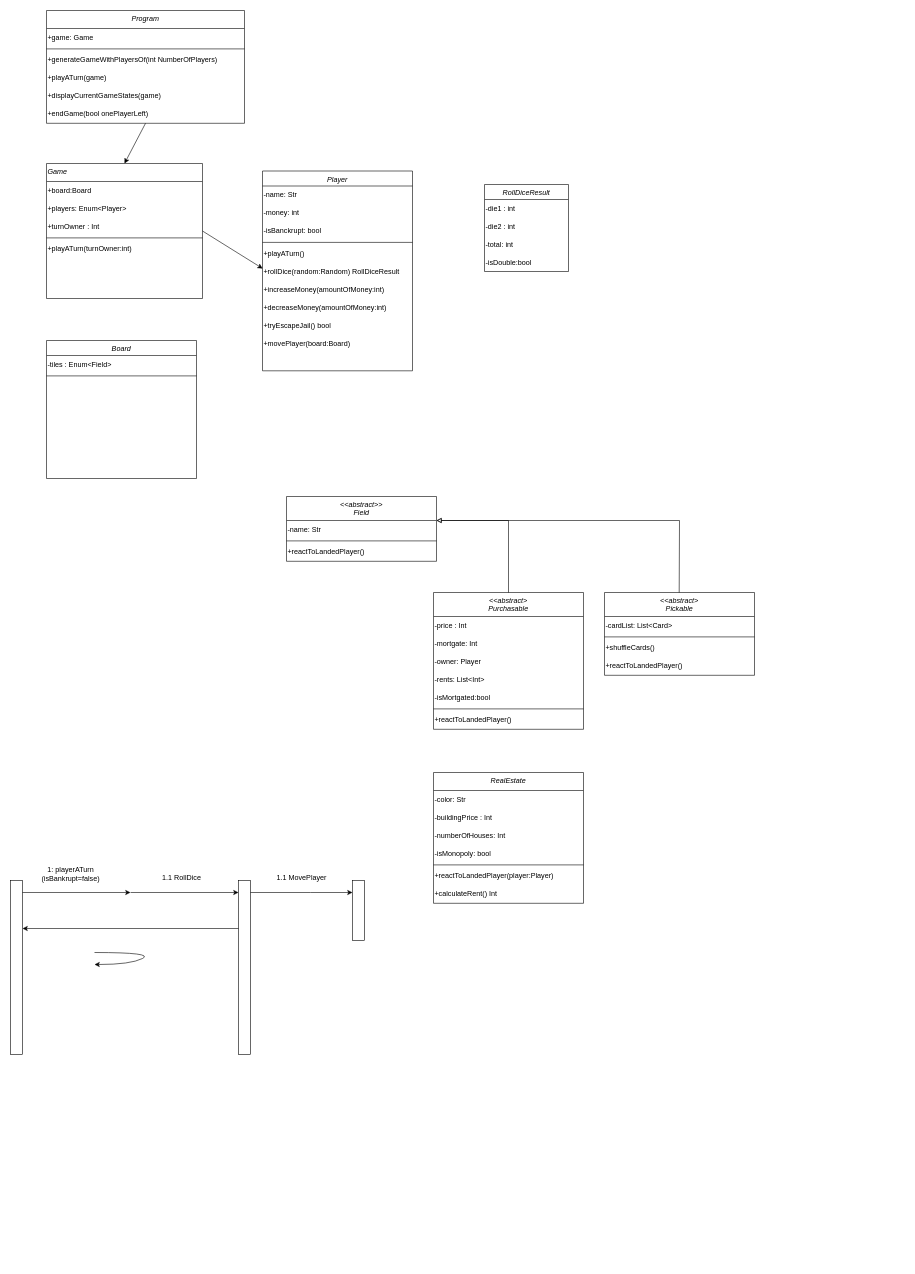
crimson206/MonopolyWithCSharp keeps this draw.io diagram as Untitled Diagram.drawio. Above is the earlier version. Source tidied: cells renumbered, new cells numbered last; positions are measured from the earlier drawing's top-left corner, leaving out a move shared by most shapes. Both pictures are drawn from the tidied source at 60%, with x=0, y=0 at pixel (10, 10).
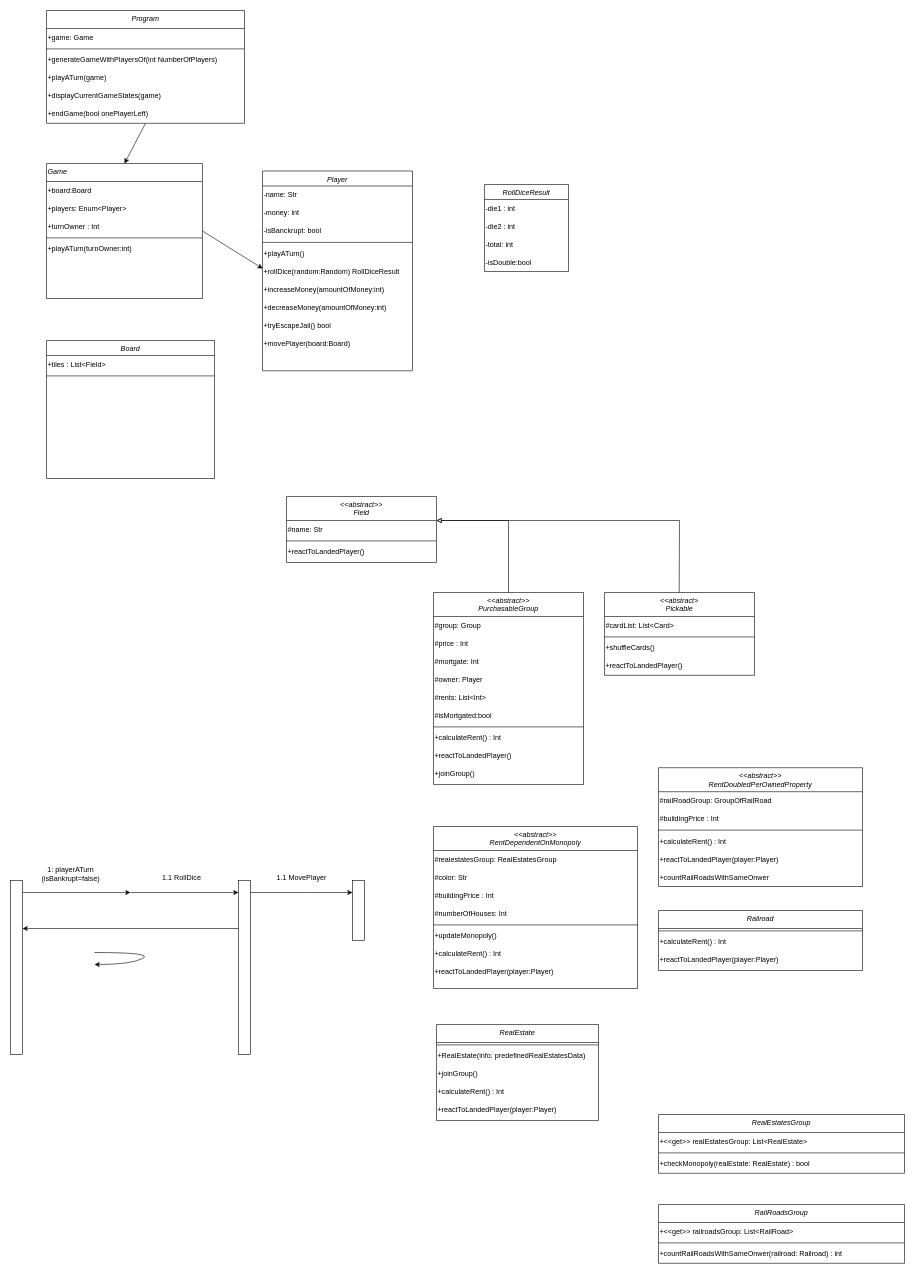
The same page after the edit.

Commit message:
upgrading properties

Unchanged cells that the change refers to:
```xml
<mxCell id="60" value="&lt;&lt;abstract&gt;&#10;Pickable" style="swimlane;fontStyle=2;align=center;verticalAlign=top;horizontal=1;startSize=40;rounded=0;shadow=0;strokeWidth=1;" parent="1" vertex="1">
  <mxGeometry x="990" y="970" width="250" height="138" as="geometry" />
</mxCell>
```

The edit, as a diff of the source:
```diff
@@
     <mxCell id="33" value="Board" style="swimlane;fontStyle=2;align=center;verticalAlign=top;horizontal=1;startSize=25;rounded=0;shadow=0;strokeWidth=1;" parent="1" vertex="1">
-      <mxGeometry x="60" y="550" width="250" height="230" as="geometry" />
+      <mxGeometry x="60" y="550" width="280" height="230" as="geometry" />
     </mxCell>
-    <mxCell id="34" value="-tiles : Enum&amp;lt;Field&amp;gt;" style="text;html=1;align=left;verticalAlign=middle;strokeColor=none;fillColor=none;" parent="33" vertex="1">
-      <mxGeometry y="25" width="250" height="30" as="geometry" />
+    <mxCell id="34" value="+tiles : List&amp;lt;Field&amp;gt;" style="text;html=1;align=left;verticalAlign=middle;strokeColor=none;fillColor=none;" parent="33" vertex="1">
+      <mxGeometry y="25" width="280" height="30" as="geometry" />
     </mxCell>
     <mxCell id="35" style="line;html=1;strokeWidth=1;align=left;verticalAlign=middle;spacingTop=-1;spacingLeft=3;spacingRight=3;labelPosition=right;" parent="33" vertex="1">
-      <mxGeometry y="55" width="250" height="8" as="geometry" />
+      <mxGeometry y="55" width="280" height="8" as="geometry" />
     </mxCell>
@@
     <mxCell id="47" value="&lt;&lt;abstract&gt;&gt;&#10;Field" style="swimlane;fontStyle=2;align=center;verticalAlign=top;horizontal=1;startSize=40;rounded=0;shadow=0;strokeWidth=1;" parent="1" vertex="1">
-      <mxGeometry x="460" y="810" width="250" height="108" as="geometry" />
+      <mxGeometry x="460" y="810" width="250" height="110" as="geometry" />
     </mxCell>
-    <mxCell id="48" value="-name: Str" style="text;html=1;align=left;verticalAlign=middle;strokeColor=none;fillColor=none;" parent="47" vertex="1">
+    <mxCell id="48" value="#name: Str" style="text;html=1;align=left;verticalAlign=middle;strokeColor=none;fillColor=none;" parent="47" vertex="1">
       <mxGeometry y="40" width="250" height="30" as="geometry" />
     </mxCell>
@@
-    <mxCell id="51" value="&lt;&lt;abstract&gt;&#10;Purchasable" style="swimlane;fontStyle=2;align=center;verticalAlign=top;horizontal=1;startSize=40;rounded=0;shadow=0;strokeWidth=1;" parent="1" vertex="1">
-      <mxGeometry x="705" y="970" width="250" height="228" as="geometry" />
+    <mxCell id="51" value="&lt;&lt;abstract&gt;&gt;&#10;PurchasableGroup" style="swimlane;fontStyle=2;align=center;verticalAlign=top;horizontal=1;startSize=40;rounded=0;shadow=0;strokeWidth=1;" parent="1" vertex="1">
+      <mxGeometry x="705" y="970" width="250" height="320" as="geometry" />
     </mxCell>
+    <mxCell id="74" value="#group: Group" style="text;html=1;align=left;verticalAlign=middle;strokeColor=none;fillColor=none;" parent="51" vertex="1">
+      <mxGeometry y="40" width="250" height="30" as="geometry" />
+    </mxCell>
-    <mxCell id="52" value="-price : Int" style="text;html=1;align=left;verticalAlign=middle;strokeColor=none;fillColor=none;" parent="51" vertex="1">
-      <mxGeometry y="40" width="250" height="30" as="geometry" />
+    <mxCell id="52" value="#price : Int" style="text;html=1;align=left;verticalAlign=middle;strokeColor=none;fillColor=none;" parent="51" vertex="1">
+      <mxGeometry y="70" width="250" height="30" as="geometry" />
     </mxCell>
-    <mxCell id="53" value="-mortgate: Int" style="text;html=1;align=left;verticalAlign=middle;strokeColor=none;fillColor=none;" parent="51" vertex="1">
-      <mxGeometry y="70" width="250" height="30" as="geometry" />
+    <mxCell id="53" value="#mortgate: Int" style="text;html=1;align=left;verticalAlign=middle;strokeColor=none;fillColor=none;" parent="51" vertex="1">
+      <mxGeometry y="100" width="250" height="30" as="geometry" />
     </mxCell>
-    <mxCell id="54" value="-owner: Player" style="text;html=1;align=left;verticalAlign=middle;strokeColor=none;fillColor=none;" parent="51" vertex="1">
-      <mxGeometry y="100" width="250" height="30" as="geometry" />
+    <mxCell id="54" value="#owner: Player" style="text;html=1;align=left;verticalAlign=middle;strokeColor=none;fillColor=none;" parent="51" vertex="1">
+      <mxGeometry y="130" width="250" height="30" as="geometry" />
     </mxCell>
-    <mxCell id="55" value="-rents: List&amp;lt;Int&amp;gt;" style="text;html=1;align=left;verticalAlign=middle;strokeColor=none;fillColor=none;" parent="51" vertex="1">
-      <mxGeometry y="130" width="250" height="30" as="geometry" />
+    <mxCell id="55" value="#rents: List&amp;lt;Int&amp;gt;" style="text;html=1;align=left;verticalAlign=middle;strokeColor=none;fillColor=none;" parent="51" vertex="1">
+      <mxGeometry y="160" width="250" height="30" as="geometry" />
     </mxCell>
-    <mxCell id="56" value="-isMortgated:bool" style="text;html=1;align=left;verticalAlign=middle;strokeColor=none;fillColor=none;" parent="51" vertex="1">
-      <mxGeometry y="160" width="250" height="30" as="geometry" />
+    <mxCell id="56" value="#isMortgated:bool" style="text;html=1;align=left;verticalAlign=middle;strokeColor=none;fillColor=none;" parent="51" vertex="1">
+      <mxGeometry y="190" width="250" height="30" as="geometry" />
     </mxCell>
     <mxCell id="57" style="line;html=1;strokeWidth=1;align=left;verticalAlign=middle;spacingTop=-1;spacingLeft=3;spacingRight=3;labelPosition=right;" parent="51" vertex="1">
-      <mxGeometry y="190" width="250" height="8" as="geometry" />
+      <mxGeometry y="220" width="250" height="8" as="geometry" />
     </mxCell>
+    <mxCell id="73" value="+calculateRent() : Int" style="text;html=1;align=left;verticalAlign=middle;strokeColor=none;fillColor=none;" parent="51" vertex="1">
+      <mxGeometry y="228" width="250" height="30" as="geometry" />
+    </mxCell>
     <mxCell id="58" value="+reactToLandedPlayer()" style="text;html=1;align=left;verticalAlign=middle;strokeColor=none;fillColor=none;" parent="51" vertex="1">
-      <mxGeometry y="198" width="250" height="30" as="geometry" />
+      <mxGeometry y="258" width="250" height="30" as="geometry" />
     </mxCell>
+    <mxCell id="75" value="+joinGroup()" style="text;html=1;align=left;verticalAlign=middle;strokeColor=none;fillColor=none;" parent="51" vertex="1">
+      <mxGeometry y="288" width="250" height="30" as="geometry" />
+    </mxCell>
@@
-    <mxCell id="61" value="-cardList: List&amp;lt;Card&amp;gt;" style="text;html=1;align=left;verticalAlign=middle;strokeColor=none;fillColor=none;" parent="60" vertex="1">
+    <mxCell id="61" value="#cardList: List&amp;lt;Card&amp;gt;" style="text;html=1;align=left;verticalAlign=middle;strokeColor=none;fillColor=none;" parent="60" vertex="1">
       <mxGeometry y="40" width="250" height="30" as="geometry" />
     </mxCell>
@@
     <mxCell id="66" value="RealEstate" style="swimlane;fontStyle=2;align=center;verticalAlign=top;horizontal=1;startSize=30;rounded=0;shadow=0;strokeWidth=1;" parent="1" vertex="1">
-      <mxGeometry x="705" y="1270" width="250" height="218" as="geometry" />
+      <mxGeometry x="710" y="1690" width="270" height="160" as="geometry" />
     </mxCell>
-    <mxCell id="67" value="-color: Str" style="text;html=1;align=left;verticalAlign=middle;strokeColor=none;fillColor=none;" parent="66" vertex="1">
-      <mxGeometry y="30" width="250" height="30" as="geometry" />
-    </mxCell>
-    <mxCell id="68" value="-buildingPrice : Int" style="text;html=1;align=left;verticalAlign=middle;strokeColor=none;fillColor=none;" parent="66" vertex="1">
-      <mxGeometry y="60" width="250" height="30" as="geometry" />
-    </mxCell>
-    <mxCell id="69" value="-numberOfHouses: Int" style="text;html=1;align=left;verticalAlign=middle;strokeColor=none;fillColor=none;" parent="66" vertex="1">
-      <mxGeometry y="90" width="250" height="30" as="geometry" />
-    </mxCell>
-    <mxCell id="70" value="-isMonopoly: bool" style="text;html=1;align=left;verticalAlign=middle;strokeColor=none;fillColor=none;" parent="66" vertex="1">
-      <mxGeometry y="120" width="250" height="30" as="geometry" />
-    </mxCell>
     <mxCell id="71" style="line;html=1;strokeWidth=1;align=left;verticalAlign=middle;spacingTop=-1;spacingLeft=3;spacingRight=3;labelPosition=right;" parent="66" vertex="1">
-      <mxGeometry y="150" width="250" height="8" as="geometry" />
+      <mxGeometry y="30" width="270" height="8" as="geometry" />
     </mxCell>
+    <mxCell id="76" value="+RealEstate(info: predefinedRealEstatesData)" style="text;html=1;align=left;verticalAlign=middle;strokeColor=none;fillColor=none;" parent="66" vertex="1">
+      <mxGeometry y="38" width="270" height="30" as="geometry" />
+    </mxCell>
+    <mxCell id="77" value="+joinGroup()" style="text;html=1;align=left;verticalAlign=middle;strokeColor=none;fillColor=none;" parent="66" vertex="1">
+      <mxGeometry y="68" width="270" height="30" as="geometry" />
+    </mxCell>
+    <mxCell id="78" value="+calculateRent() : Int" style="text;html=1;align=left;verticalAlign=middle;strokeColor=none;fillColor=none;" parent="66" vertex="1">
+      <mxGeometry y="98" width="270" height="30" as="geometry" />
+    </mxCell>
     <mxCell id="72" value="+reactToLandedPlayer(player:Player)" style="text;html=1;align=left;verticalAlign=middle;strokeColor=none;fillColor=none;" parent="66" vertex="1">
-      <mxGeometry y="158" width="250" height="30" as="geometry" />
+      <mxGeometry y="128" width="270" height="30" as="geometry" />
     </mxCell>
-    <mxCell id="73" value="+calculateRent() Int" style="text;html=1;align=left;verticalAlign=middle;strokeColor=none;fillColor=none;" parent="66" vertex="1">
-      <mxGeometry y="188" width="250" height="30" as="geometry" />
-    </mxCell>
+    <mxCell id="79" value="&lt;&lt;abstract&gt;&gt;&#10;RentDependentOnMonopoly" style="swimlane;fontStyle=2;align=center;verticalAlign=top;horizontal=1;startSize=40;rounded=0;shadow=0;strokeWidth=1;" parent="1" vertex="1">
+      <mxGeometry x="705" y="1360" width="340" height="270" as="geometry" />
+    </mxCell>
+    <mxCell id="80" value="#realestatesGroup: RealEstatesGroup" style="text;html=1;align=left;verticalAlign=middle;strokeColor=none;fillColor=none;" parent="79" vertex="1">
+      <mxGeometry y="40" width="340" height="30" as="geometry" />
+    </mxCell>
+    <mxCell id="81" value="#color: Str" style="text;html=1;align=left;verticalAlign=middle;strokeColor=none;fillColor=none;" parent="79" vertex="1">
+      <mxGeometry y="70" width="340" height="30" as="geometry" />
+    </mxCell>
+    <mxCell id="82" value="#buildingPrice : Int" style="text;html=1;align=left;verticalAlign=middle;strokeColor=none;fillColor=none;" parent="79" vertex="1">
+      <mxGeometry y="100" width="340" height="30" as="geometry" />
+    </mxCell>
+    <mxCell id="83" value="#numberOfHouses: Int" style="text;html=1;align=left;verticalAlign=middle;strokeColor=none;fillColor=none;" parent="79" vertex="1">
+      <mxGeometry y="130" width="340" height="30" as="geometry" />
+    </mxCell>
+    <mxCell id="84" style="line;html=1;strokeWidth=1;align=left;verticalAlign=middle;spacingTop=-1;spacingLeft=3;spacingRight=3;labelPosition=right;" parent="79" vertex="1">
+      <mxGeometry y="160" width="340" height="8" as="geometry" />
+    </mxCell>
+    <mxCell id="85" value="+updateMonopoly()" style="text;html=1;align=left;verticalAlign=middle;strokeColor=none;fillColor=none;" parent="79" vertex="1">
+      <mxGeometry y="168" width="340" height="30" as="geometry" />
+    </mxCell>
+    <mxCell id="86" value="+calculateRent() : Int" style="text;html=1;align=left;verticalAlign=middle;strokeColor=none;fillColor=none;" parent="79" vertex="1">
+      <mxGeometry y="198" width="340" height="30" as="geometry" />
+    </mxCell>
+    <mxCell id="87" value="+reactToLandedPlayer(player:Player)" style="text;html=1;align=left;verticalAlign=middle;strokeColor=none;fillColor=none;" parent="79" vertex="1">
+      <mxGeometry y="228" width="340" height="30" as="geometry" />
+    </mxCell>
+    <mxCell id="88" value="RealEstatesGroup" style="swimlane;fontStyle=2;align=center;verticalAlign=top;horizontal=1;startSize=30;rounded=0;shadow=0;strokeWidth=1;" parent="1" vertex="1">
+      <mxGeometry x="1080" y="1840" width="410" height="98" as="geometry" />
+    </mxCell>
+    <mxCell id="89" value="+&amp;lt;&amp;lt;get&amp;gt;&amp;gt; realEstatesGroup: List&amp;lt;RealEstate&amp;gt;" style="text;html=1;align=left;verticalAlign=middle;strokeColor=none;fillColor=none;" parent="88" vertex="1">
+      <mxGeometry y="30" width="410" height="30" as="geometry" />
+    </mxCell>
+    <mxCell id="90" style="line;html=1;strokeWidth=1;align=left;verticalAlign=middle;spacingTop=-1;spacingLeft=3;spacingRight=3;labelPosition=right;" parent="88" vertex="1">
+      <mxGeometry y="60" width="410" height="8" as="geometry" />
+    </mxCell>
+    <mxCell id="91" value="+checkMonopoly(realEstate: RealEstate) : bool" style="text;html=1;align=left;verticalAlign=middle;strokeColor=none;fillColor=none;" parent="88" vertex="1">
+      <mxGeometry y="68" width="410" height="30" as="geometry" />
+    </mxCell>
+    <mxCell id="92" value="&lt;&lt;abstract&gt;&gt;&#10;RentDoubledPerOwnedProperty" style="swimlane;fontStyle=2;align=center;verticalAlign=top;horizontal=1;startSize=40;rounded=0;shadow=0;strokeWidth=1;" parent="1" vertex="1">
+      <mxGeometry x="1080" y="1262" width="340" height="198" as="geometry" />
+    </mxCell>
+    <mxCell id="93" value="#railRoadGroup: GroupOfRailRoad" style="text;html=1;align=left;verticalAlign=middle;strokeColor=none;fillColor=none;" parent="92" vertex="1">
+      <mxGeometry y="40" width="340" height="30" as="geometry" />
+    </mxCell>
+    <mxCell id="94" value="#buildingPrice : Int" style="text;html=1;align=left;verticalAlign=middle;strokeColor=none;fillColor=none;" parent="92" vertex="1">
+      <mxGeometry y="70" width="340" height="30" as="geometry" />
+    </mxCell>
+    <mxCell id="95" style="line;html=1;strokeWidth=1;align=left;verticalAlign=middle;spacingTop=-1;spacingLeft=3;spacingRight=3;labelPosition=right;" parent="92" vertex="1">
+      <mxGeometry y="100" width="340" height="8" as="geometry" />
+    </mxCell>
+    <mxCell id="96" value="+calculateRent() : Int" style="text;html=1;align=left;verticalAlign=middle;strokeColor=none;fillColor=none;" parent="92" vertex="1">
+      <mxGeometry y="108" width="340" height="30" as="geometry" />
+    </mxCell>
+    <mxCell id="97" value="+reactToLandedPlayer(player:Player)" style="text;html=1;align=left;verticalAlign=middle;strokeColor=none;fillColor=none;" parent="92" vertex="1">
+      <mxGeometry y="138" width="340" height="30" as="geometry" />
+    </mxCell>
+    <mxCell id="98" value="+countRailRoadsWithSameOnwer" style="text;html=1;align=left;verticalAlign=middle;strokeColor=none;fillColor=none;" parent="92" vertex="1">
+      <mxGeometry y="168" width="340" height="30" as="geometry" />
+    </mxCell>
+    <mxCell id="99" value="Railroad" style="swimlane;fontStyle=2;align=center;verticalAlign=top;horizontal=1;startSize=30;rounded=0;shadow=0;strokeWidth=1;" parent="1" vertex="1">
+      <mxGeometry x="1080" y="1500" width="340" height="100" as="geometry" />
+    </mxCell>
+    <mxCell id="100" style="line;html=1;strokeWidth=1;align=left;verticalAlign=middle;spacingTop=-1;spacingLeft=3;spacingRight=3;labelPosition=right;" parent="99" vertex="1">
+      <mxGeometry y="30" width="340" height="8" as="geometry" />
+    </mxCell>
+    <mxCell id="101" value="+calculateRent() : Int" style="text;html=1;align=left;verticalAlign=middle;strokeColor=none;fillColor=none;" parent="99" vertex="1">
+      <mxGeometry y="38" width="340" height="30" as="geometry" />
+    </mxCell>
+    <mxCell id="102" value="+reactToLandedPlayer(player:Player)" style="text;html=1;align=left;verticalAlign=middle;strokeColor=none;fillColor=none;" parent="99" vertex="1">
+      <mxGeometry y="68" width="340" height="30" as="geometry" />
+    </mxCell>
+    <mxCell id="103" value="RailRoadsGroup" style="swimlane;fontStyle=2;align=center;verticalAlign=top;horizontal=1;startSize=30;rounded=0;shadow=0;strokeWidth=1;" parent="1" vertex="1">
+      <mxGeometry x="1080" y="1990" width="410" height="98" as="geometry" />
+    </mxCell>
+    <mxCell id="104" value="+&amp;lt;&amp;lt;get&amp;gt;&amp;gt; railroadsGroup: List&amp;lt;RailRoad&amp;gt;" style="text;html=1;align=left;verticalAlign=middle;strokeColor=none;fillColor=none;" parent="103" vertex="1">
+      <mxGeometry y="30" width="410" height="30" as="geometry" />
+    </mxCell>
+    <mxCell id="105" style="line;html=1;strokeWidth=1;align=left;verticalAlign=middle;spacingTop=-1;spacingLeft=3;spacingRight=3;labelPosition=right;" parent="103" vertex="1">
+      <mxGeometry y="60" width="410" height="8" as="geometry" />
+    </mxCell>
+    <mxCell id="106" value="+countRailRoadsWithSameOnwer(railroad: Railroad) : int" style="text;html=1;align=left;verticalAlign=middle;strokeColor=none;fillColor=none;" parent="103" vertex="1">
+      <mxGeometry y="68" width="410" height="30" as="geometry" />
+    </mxCell>
```
